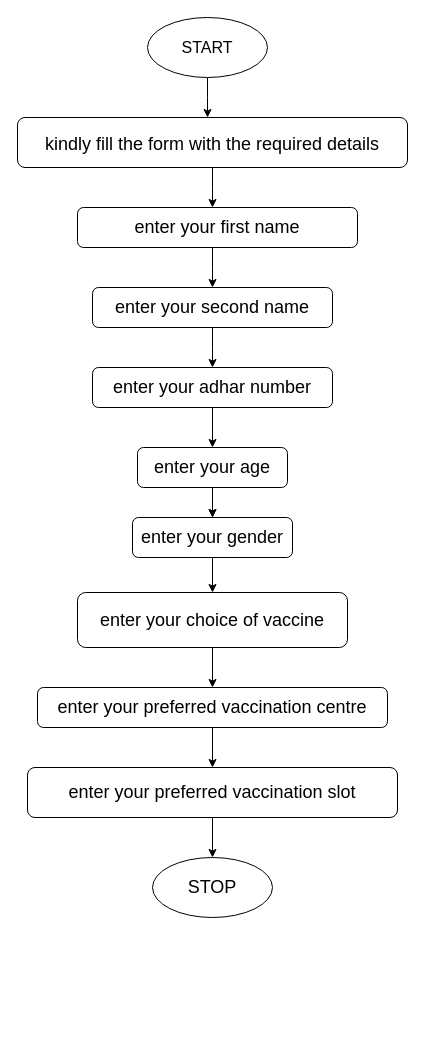
quantum-corn/vaxer keeps this draw.io diagram as flowchart/register.drawio. Above is the earlier version. Source tidied: cells renumbered, new cells numbered last; positions are measured from the earlier drawing's top-left corner, leaving out a move shared by most shapes. Both pictures are drawn from the tidied source at 100%, with x=0, y=0 at pixel (17, 17).
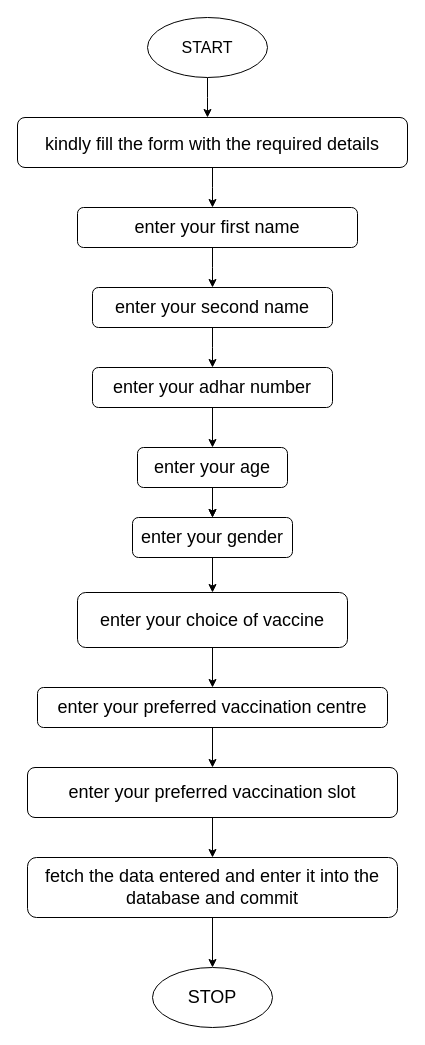
The same page after the edit.

Unchanged cells that the change refers to:
```xml
<mxCell id="23" value="enter your preferred vaccination slot" style="rounded=1;whiteSpace=wrap;html=1;fontSize=18;" parent="1" vertex="1">
  <mxGeometry x="10" y="750" width="370" height="50" as="geometry" />
</mxCell>
```

What changed in the source:
```diff
@@
-    <mxCell id="22" style="edgeStyle=orthogonalEdgeStyle;rounded=0;jettySize=auto;html=1;fontSize=18;" parent="1" edge="1" source="23" target="24">
+    <mxCell id="22" style="edgeStyle=orthogonalEdgeStyle;rounded=0;jettySize=auto;html=1;fontSize=18;entryX=0.5;entryY=0;entryDx=0;entryDy=0;" parent="1" edge="1" source="23" target="26">
       <mxGeometry relative="1" as="geometry" />
     </mxCell>
@@
     <mxCell id="24" value="STOP" style="ellipse;whiteSpace=wrap;html=1;fontSize=18;" parent="1" vertex="1">
-      <mxGeometry x="135" y="840" width="120" height="60" as="geometry" />
+      <mxGeometry x="135" y="950" width="120" height="60" as="geometry" />
     </mxCell>
+    <mxCell id="25" style="edgeStyle=orthogonalEdgeStyle;rounded=0;jettySize=auto;html=1;" parent="1" edge="1" source="26" target="24">
+      <mxGeometry relative="1" as="geometry" />
+    </mxCell>
+    <mxCell id="26" value="&lt;span style=&quot;font-size: 18px&quot;&gt;fetch the data entered and enter it into the database and commit&lt;/span&gt;" style="rounded=1;whiteSpace=wrap;html=1;" parent="1" vertex="1">
+      <mxGeometry x="10" y="840" width="370" height="60" as="geometry" />
+    </mxCell>
```
